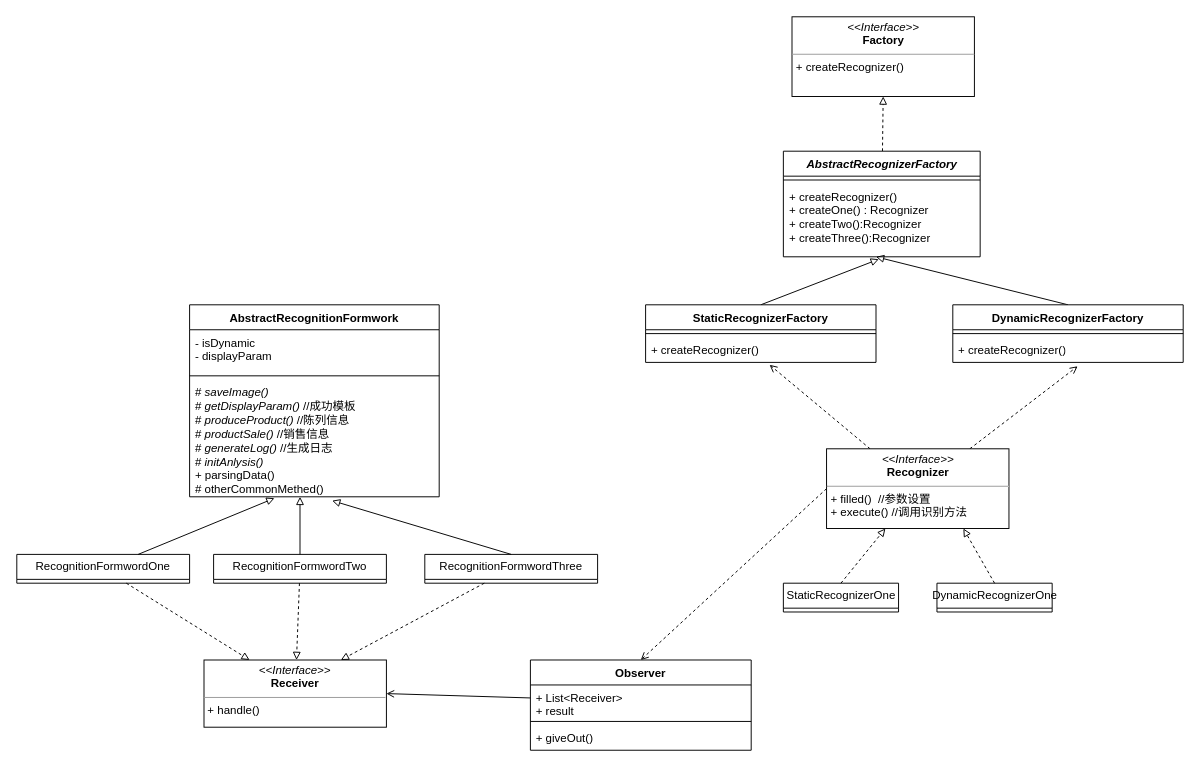
Earlier version of the draw.io diagram recognition/UML关系图.drawio (eddie-gwk/chart). Source tidied: cells renumbered, new cells numbered last; positions are measured from the earlier drawing's top-left corner, leaving out a move shared by most shapes. Both pictures are drawn from the tidied source at 96%, with x=0, y=0 at pixel (16, 16).
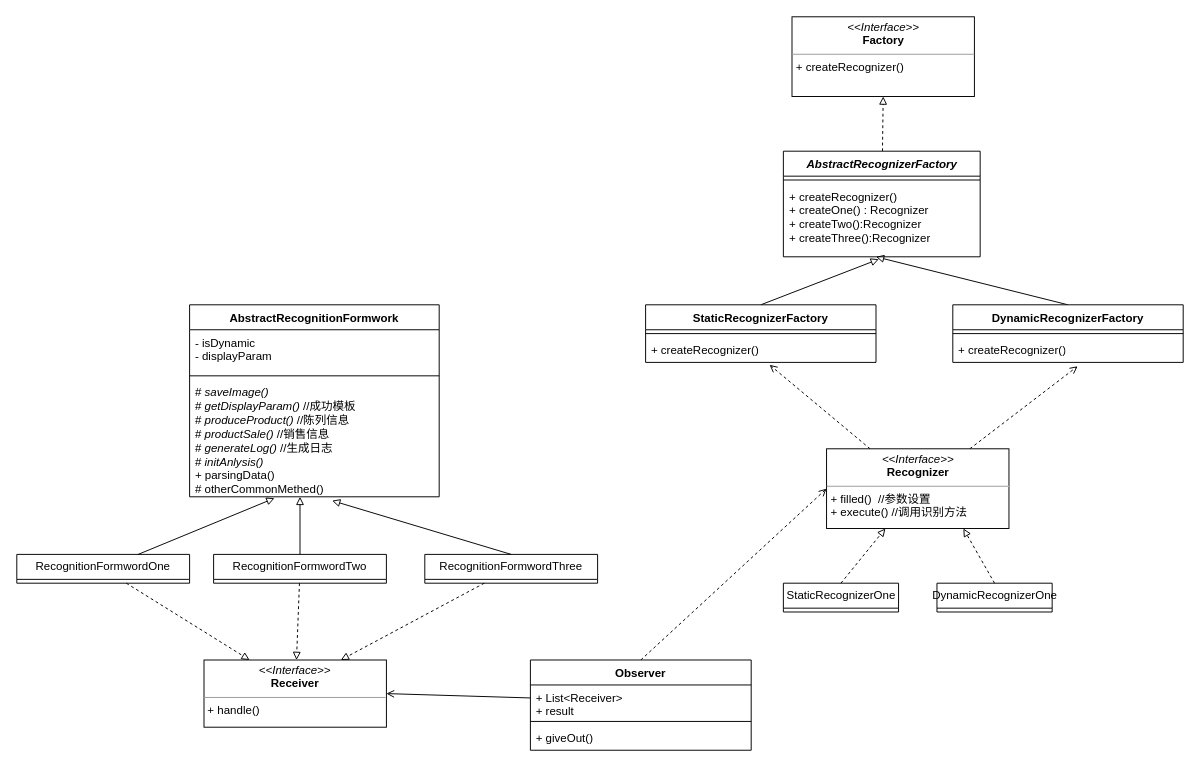
The same page after the edit.

Commit message:
更新UML关系图.drawio

The change refers to these unchanged cells:
```xml
<mxCell id="5" value="&lt;p style=&quot;margin:0px;margin-top:4px;text-align:center;&quot;&gt;&lt;i&gt;&amp;lt;&amp;lt;Interface&amp;gt;&amp;gt;&lt;/i&gt;&lt;br&gt;&lt;b&gt;Recognizer&lt;/b&gt;&lt;/p&gt;&lt;hr size=&quot;1&quot;&gt;&lt;p style=&quot;margin:0px;margin-left:4px;&quot;&gt;+ filled()&amp;nbsp; //参数设置&lt;br&gt;+ execute() //调用识别方法&lt;/p&gt;" style="verticalAlign=top;align=left;overflow=fill;fontSize=12;fontFamily=Helvetica;html=1;rounded=0;shadow=0;comic=0;labelBackgroundColor=none;strokeWidth=1;" parent="1" vertex="1">
  <mxGeometry x="843.5" y="450" width="190" height="83" as="geometry" />
</mxCell>
<mxCell id="37" value="Observer" style="swimlane;fontStyle=1;align=center;verticalAlign=top;horizontal=1;startSize=26;whiteSpace=wrap;html=1;" parent="1" vertex="1">
  <mxGeometry x="535" y="670" width="230" height="94" as="geometry" />
</mxCell>
```

The edit, as a diff of the source:
```diff
@@
-    <mxCell id="4" style="edgeStyle=none;rounded=0;jettySize=auto;html=1;exitX=0;exitY=0.5;exitDx=0;exitDy=0;entryX=0.5;entryY=0;entryDx=0;entryDy=0;dashed=1;endArrow=open;endFill=0;" parent="1" edge="1" source="5" target="37">
-      <mxGeometry relative="1" as="geometry" />
-    </mxCell>
@@
+    <mxCell id="42" style="edgeStyle=none;rounded=0;jettySize=auto;html=1;entryX=0;entryY=0.5;entryDx=0;entryDy=0;dashed=1;endArrow=open;endFill=0;exitX=0.5;exitY=0;exitDx=0;exitDy=0;" parent="1" edge="1" source="37" target="5">
+      <mxGeometry relative="1" as="geometry" />
+    </mxCell>
```
